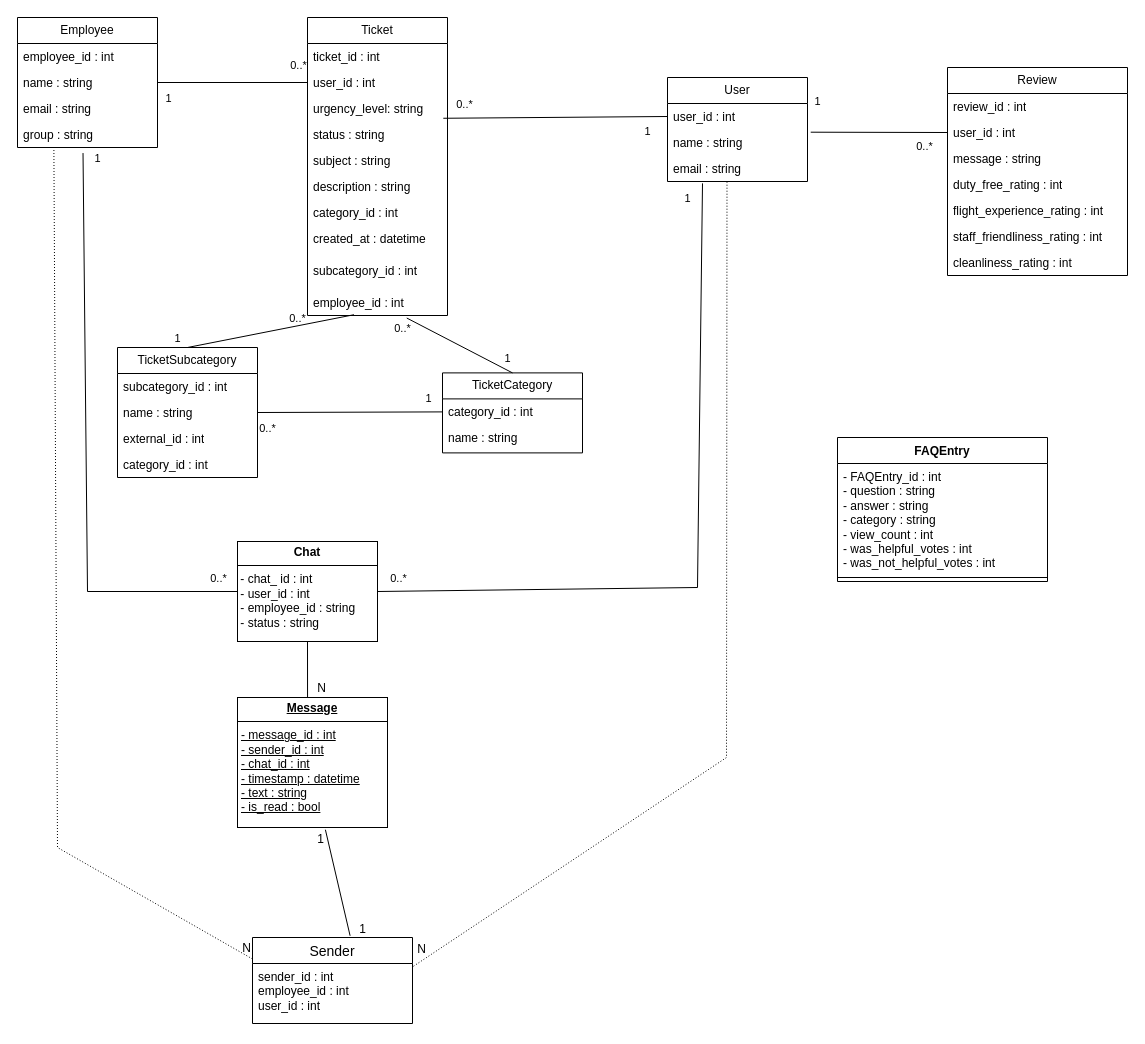
The draw.io diagram planning/DB.drawio in AlexandraMariasiu/UBB-SE-2026-CloudSpritzers, before the edit. Source tidied: cells renumbered, new cells numbered last; positions are measured from the earlier drawing's top-left corner, leaving out a move shared by most shapes. Both pictures are drawn from the tidied source at 100%, with x=0, y=0 at pixel (17, 17).
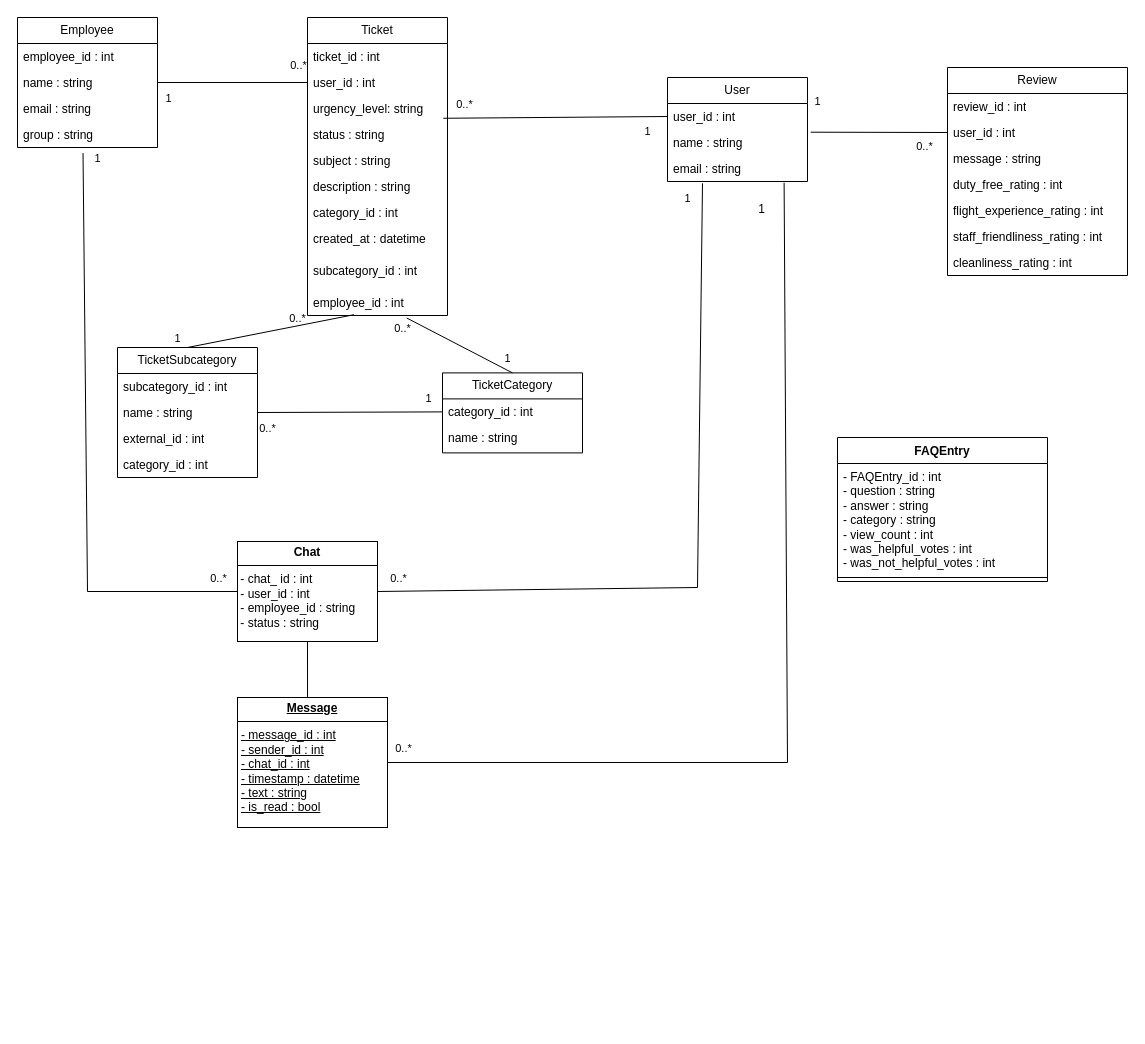
The same diagram, later.

Commit message (it also covers changes not shown here):
changed database diagram

Unchanged cells that the change refers to:
```xml
<mxCell id="13" value="email : string" style="text;strokeColor=none;fillColor=none;align=left;verticalAlign=top;spacingLeft=4;spacingRight=4;overflow=hidden;points=[[0,0.5],[1,0.5]];portConstraint=eastwest;whiteSpace=wrap;html=1;" parent="10" vertex="1">
  <mxGeometry y="78" width="140" height="26" as="geometry" />
</mxCell>
<mxCell id="14" style="endArrow=none;html=1;rounded=0;entryX=0;entryY=0.5;entryDx=0;entryDy=0;exitX=0.97;exitY=0.876;exitDx=0;exitDy=0;exitPerimeter=0;" parent="1" edge="1" source="48" target="11">
  <mxGeometry relative="1" as="geometry" />
</mxCell>
<mxCell id="34" value="group : string" style="text;strokeColor=none;fillColor=none;align=left;verticalAlign=top;spacingLeft=4;spacingRight=4;overflow=hidden;points=[[0,0.5],[1,0.5]];portConstraint=eastwest;whiteSpace=wrap;html=1;" parent="30" vertex="1">
  <mxGeometry y="104" width="140" height="26" as="geometry" />
</mxCell>
<mxCell id="56" value="&lt;p style=&quot;margin:0px;margin-top:4px;text-align:center;&quot;&gt;&lt;b&gt;Message&lt;/b&gt;&lt;/p&gt;&lt;hr size=&quot;1&quot; style=&quot;border-style:solid;&quot;&gt;&lt;p style=&quot;margin:0px;margin-left:4px;&quot;&gt;&lt;span style=&quot;background-color: transparent; color: light-dark(rgb(0, 0, 0), rgb(255, 255, 255));&quot;&gt;- message_id : int&lt;/span&gt;&lt;/p&gt;&lt;p style=&quot;margin:0px;margin-left:4px;&quot;&gt;&lt;span style=&quot;background-color: transparent; color: light-dark(rgb(0, 0, 0), rgb(255, 255, 255));&quot;&gt;- sender_id : int&lt;/span&gt;&lt;/p&gt;&lt;p style=&quot;margin:0px;margin-left:4px;&quot;&gt;&lt;span style=&quot;background-color: transparent; color: light-dark(rgb(0, 0, 0), rgb(255, 255, 255));&quot;&gt;- chat_id : int&lt;/span&gt;&lt;/p&gt;&lt;p style=&quot;margin:0px;margin-left:4px;&quot;&gt;- timestamp : datetime&lt;/p&gt;&lt;p style=&quot;margin:0px;margin-left:4px;&quot;&gt;- text : string&lt;/p&gt;&lt;p style=&quot;margin:0px;margin-left:4px;&quot;&gt;- is_read : bool&lt;/p&gt;" style="verticalAlign=top;align=left;overflow=fill;html=1;whiteSpace=wrap;fillColor=none;fontStyle=4;" parent="1" vertex="1">
  <mxGeometry x="220" y="680" width="150" height="130" as="geometry" />
</mxCell>
```

Change to the diagram source:
```diff
@@
+    <mxCell id="78" value="0..*" style="edgeLabel;html=1;align=center;verticalAlign=middle;" parent="14" vertex="1">
+      <mxGeometry x="-0.57" y="1" relative="1" as="geometry">
+        <mxPoint x="-88" y="631" as="offset" />
+      </mxGeometry>
+    </mxCell>
@@
-    <mxCell id="60" value="Sender" style="swimlane;fontStyle=0;horizontal=1;startSize=26;align=center;fontSize=14;fillColor=none;" parent="1" vertex="1">
-      <mxGeometry x="235" y="920" width="160" height="86" as="geometry" />
-    </mxCell>
-    <mxCell id="61" value="&lt;div&gt;sender_id : int&lt;/div&gt;&lt;div&gt;employee_id : int&lt;/div&gt;&lt;div&gt;user_id : int&amp;nbsp;&lt;/div&gt;" style="text;strokeColor=none;fillColor=none;spacingLeft=4;spacingRight=4;overflow=hidden;points=[[0,0.5],[1,0.5]];portConstraint=eastwest;fontSize=12;whiteSpace=wrap;html=1;" parent="60" vertex="1">
-      <mxGeometry y="26" width="160" height="60" as="geometry" />
-    </mxCell>
-    <mxCell id="62" style="endArrow=none;html=1;rounded=0;dashed=1;dashPattern=1 2;entryX=0;entryY=0.25;entryDx=0;entryDy=0;exitX=0.26;exitY=1.097;exitDx=0;exitDy=0;exitPerimeter=0;" parent="1" edge="1" source="34" target="60">
-      <mxGeometry relative="1" as="geometry">
-        <Array as="points">
-          <mxPoint x="40" y="830" />
-        </Array>
-      </mxGeometry>
-    </mxCell>
-    <mxCell id="63" value="N" style="html=1;whiteSpace=wrap;align=right;verticalAlign=bottom;" parent="62" vertex="1">
-      <mxGeometry x="1" relative="1" as="geometry">
-        <mxPoint y="-2" as="offset" />
-      </mxGeometry>
-    </mxCell>
-    <mxCell id="64" value="N" style="html=1;whiteSpace=wrap;align=right;verticalAlign=bottom;" parent="62" vertex="1">
-      <mxGeometry x="1" relative="1" as="geometry">
-        <mxPoint x="75" y="-262" as="offset" />
-      </mxGeometry>
-    </mxCell>
-    <mxCell id="65" style="endArrow=none;html=1;rounded=0;dashed=1;dashPattern=1 2;exitX=0.425;exitY=1.008;exitDx=0;exitDy=0;exitPerimeter=0;entryX=1.006;entryY=0.046;entryDx=0;entryDy=0;entryPerimeter=0;" parent="1" edge="1" source="13" target="61">
-      <mxGeometry relative="1" as="geometry">
-        <Array as="points">
-          <mxPoint x="709" y="740" />
-        </Array>
-      </mxGeometry>
-    </mxCell>
-    <mxCell id="66" value="N" style="html=1;whiteSpace=wrap;align=right;verticalAlign=bottom;" parent="65" vertex="1">
-      <mxGeometry x="1" relative="1" as="geometry">
-        <mxPoint x="14" y="-9" as="offset" />
-      </mxGeometry>
-    </mxCell>
-    <mxCell id="67" style="endArrow=none;html=1;rounded=0;exitX=0.61;exitY=-0.02;exitDx=0;exitDy=0;entryX=0.586;entryY=1.017;entryDx=0;entryDy=0;entryPerimeter=0;exitPerimeter=0;" parent="1" edge="1" source="60" target="56">
-      <mxGeometry relative="1" as="geometry" />
+    <mxCell id="67" style="endArrow=none;html=1;rounded=0;entryX=1;entryY=0.5;entryDx=0;entryDy=0;exitX=0.833;exitY=1.048;exitDx=0;exitDy=0;exitPerimeter=0;" parent="1" edge="1" source="13" target="56">
+      <mxGeometry relative="1" as="geometry">
+        <Array as="points">
+          <mxPoint x="770" y="745" />
+        </Array>
+      </mxGeometry>
     </mxCell>
-    <mxCell id="68" value="1" style="html=1;whiteSpace=wrap;align=right;verticalAlign=bottom;" parent="67" vertex="1">
-      <mxGeometry x="1" relative="1" as="geometry">
-        <mxPoint y="18" as="offset" />
-      </mxGeometry>
-    </mxCell>
     <mxCell id="69" value="1" style="html=1;whiteSpace=wrap;align=right;verticalAlign=bottom;" parent="67" vertex="1">
       <mxGeometry x="1" relative="1" as="geometry">
-        <mxPoint x="42" y="108" as="offset" />
+        <mxPoint x="379" y="-545" as="offset" />
       </mxGeometry>
     </mxCell>
```
